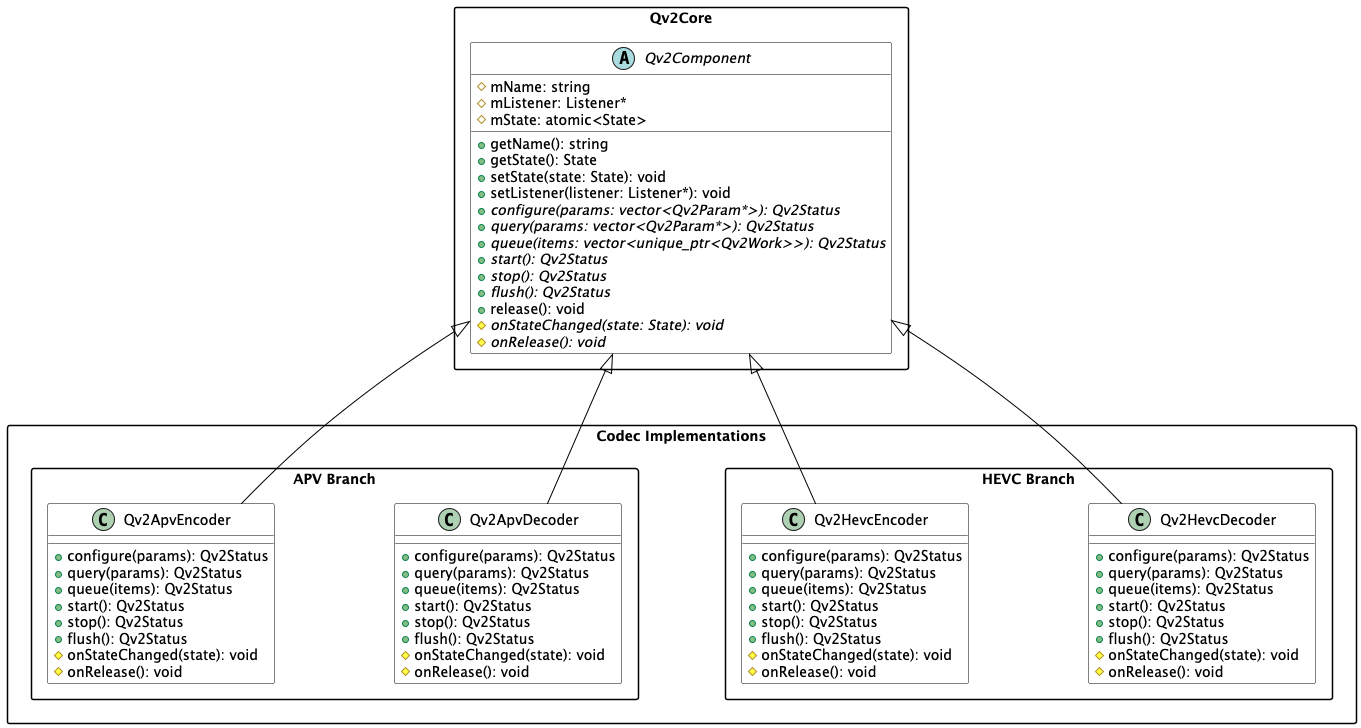
This is codecs/Qv2Codecs.png from AVCodec12354/QtVcodec, a PlantUML export, as it was before one commit.
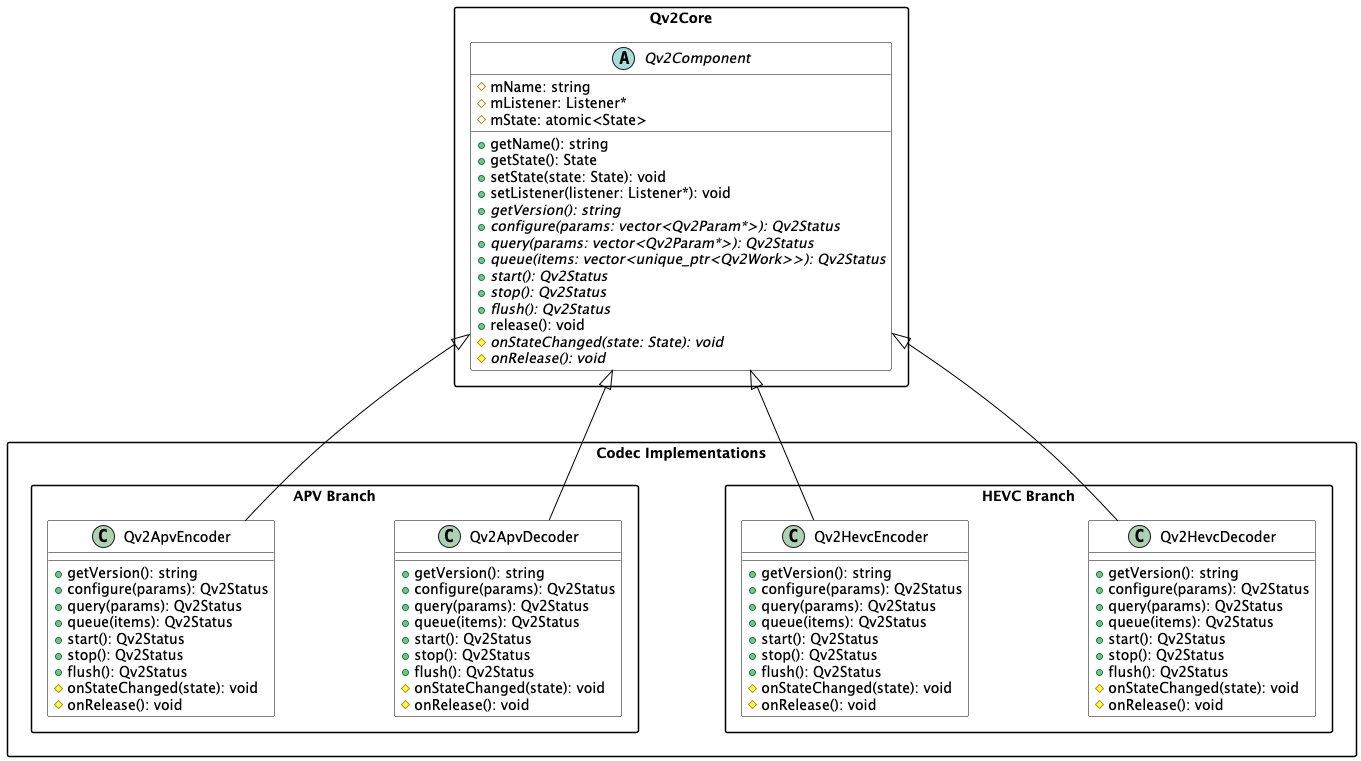
Above is the later version.

What changed in the source:
```diff
@@ -20,6 +20,7 @@
         + getState(): State
         + setState(state: State): void
         + setListener(listener: Listener*): void
+        + {abstract} getVersion(): string
         + {abstract} configure(params: vector<Qv2Param*>): Qv2Status
         + {abstract} query(params: vector<Qv2Param*>): Qv2Status
         + {abstract} queue(items: vector<unique_ptr<Qv2Work>>): Qv2Status
@@ -36,6 +37,7 @@
 
     package "APV Branch" {
         class Qv2ApvEncoder {
+            + getVersion(): string
             + configure(params): Qv2Status
             + query(params): Qv2Status
             + queue(items): Qv2Status
@@ -47,6 +49,7 @@
         }
 
         class Qv2ApvDecoder {
+            + getVersion(): string
             + configure(params): Qv2Status
             + query(params): Qv2Status
             + queue(items): Qv2Status
@@ -60,6 +63,7 @@
 
     package "HEVC Branch" {
         class Qv2HevcEncoder {
+            + getVersion(): string
             + configure(params): Qv2Status
             + query(params): Qv2Status
             + queue(items): Qv2Status
@@ -71,6 +75,7 @@
         }
 
         class Qv2HevcDecoder {
+            + getVersion(): string
             + configure(params): Qv2Status
             + query(params): Qv2Status
             + queue(items): Qv2Status
```
